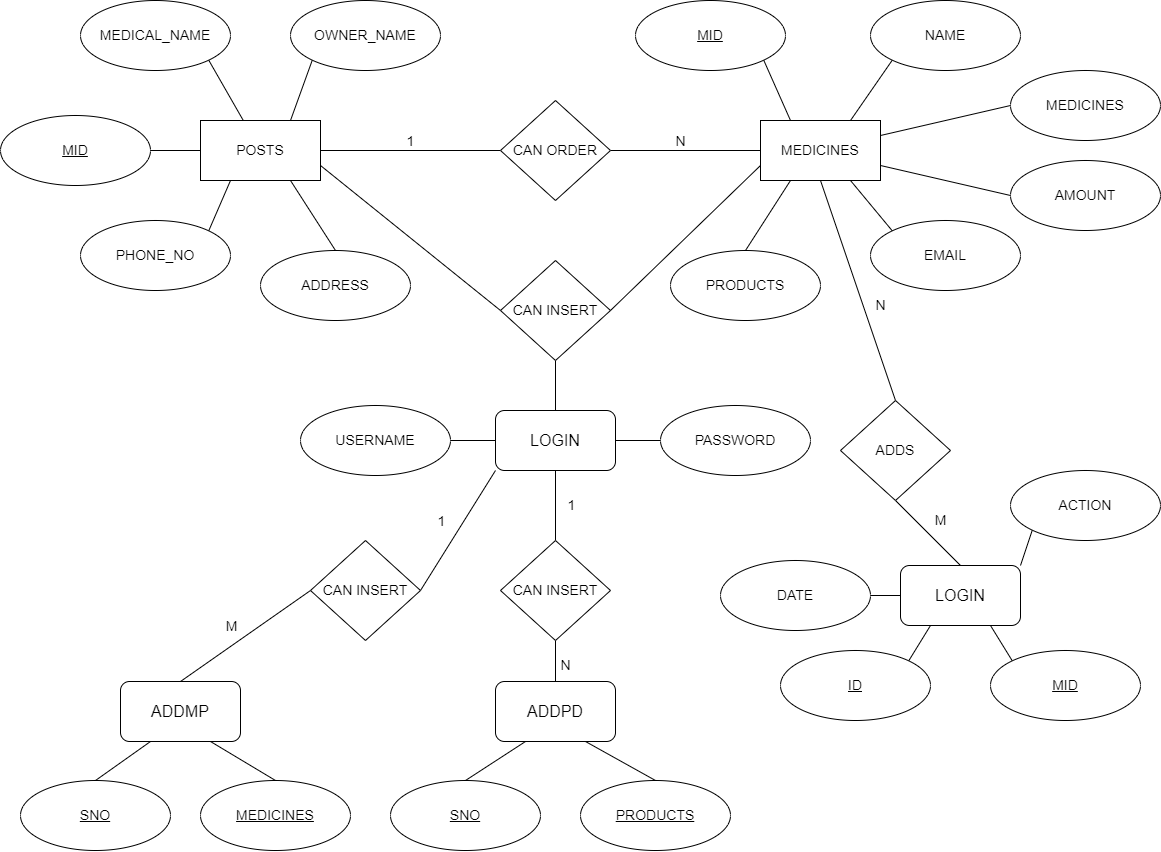
The draw.io diagram Diagrams/Er_PNG.png in Akp-arvind/dbms_mini_project_medical, before a commit. Source tidied: cells renumbered, new cells last; positions are measured from the earlier drawing's top-left corner, leaving out a move shared by most shapes.
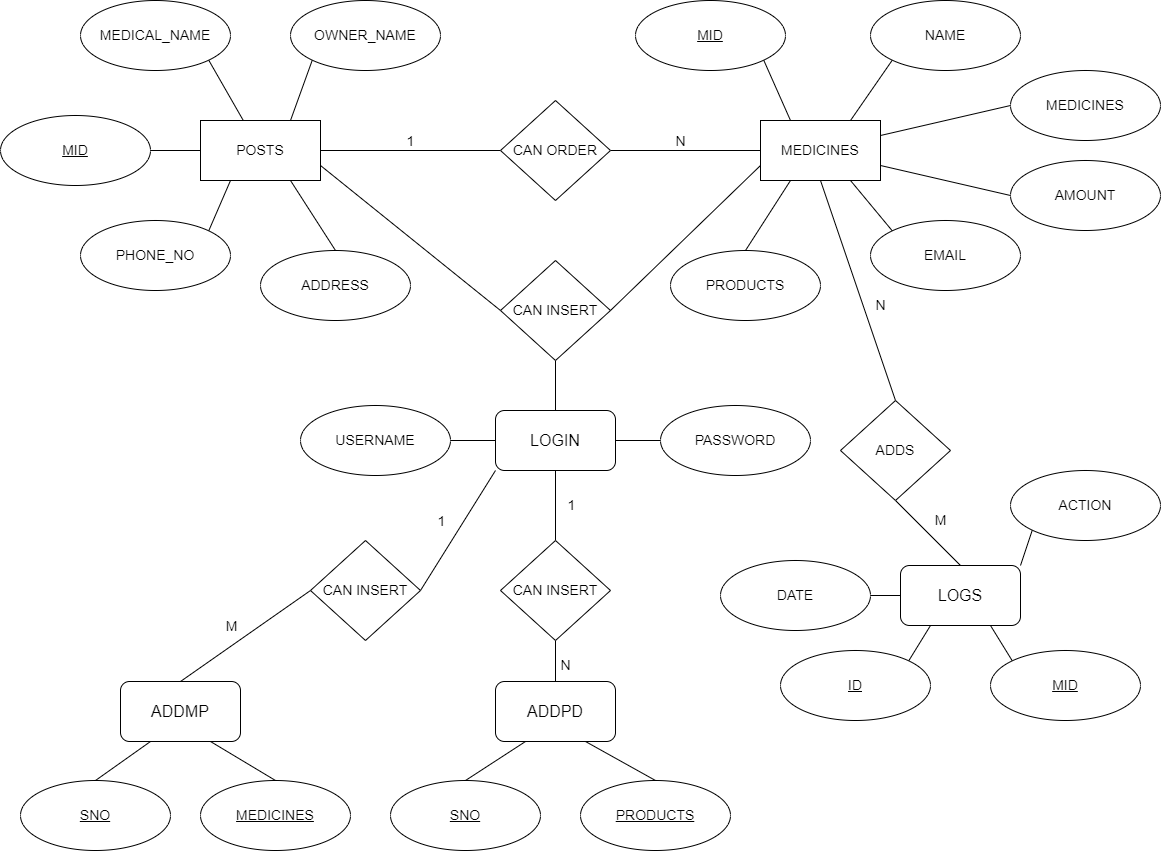
Later version of the same file.

Diff of the diagram source:
```diff
@@ -125,7 +125,7 @@
     <mxCell id="40" style="edgeStyle=none;html=1;exitX=0.75;exitY=1;exitDx=0;exitDy=0;entryX=0;entryY=0;entryDx=0;entryDy=0;fontSize=14;endArrow=none;endFill=0;" parent="1" edge="1" source="41" target="46">
       <mxGeometry relative="1" as="geometry" />
     </mxCell>
-    <mxCell id="41" value="&lt;font style=&quot;font-size: 16px;&quot;&gt;LOGIN&lt;/font&gt;" style="rounded=1;whiteSpace=wrap;html=1;fontSize=14;" parent="1" vertex="1">
+    <mxCell id="41" value="&lt;span style=&quot;font-size: 16px;&quot;&gt;LOGS&lt;/span&gt;" style="rounded=1;whiteSpace=wrap;html=1;fontSize=14;" parent="1" vertex="1">
       <mxGeometry x="900" y="565" width="120" height="60" as="geometry" />
     </mxCell>
     <mxCell id="42" style="edgeStyle=none;html=1;exitX=0.5;exitY=1;exitDx=0;exitDy=0;entryX=0.5;entryY=0;entryDx=0;entryDy=0;fontSize=14;endArrow=none;endFill=0;" parent="1" edge="1" source="44" target="41">
```
